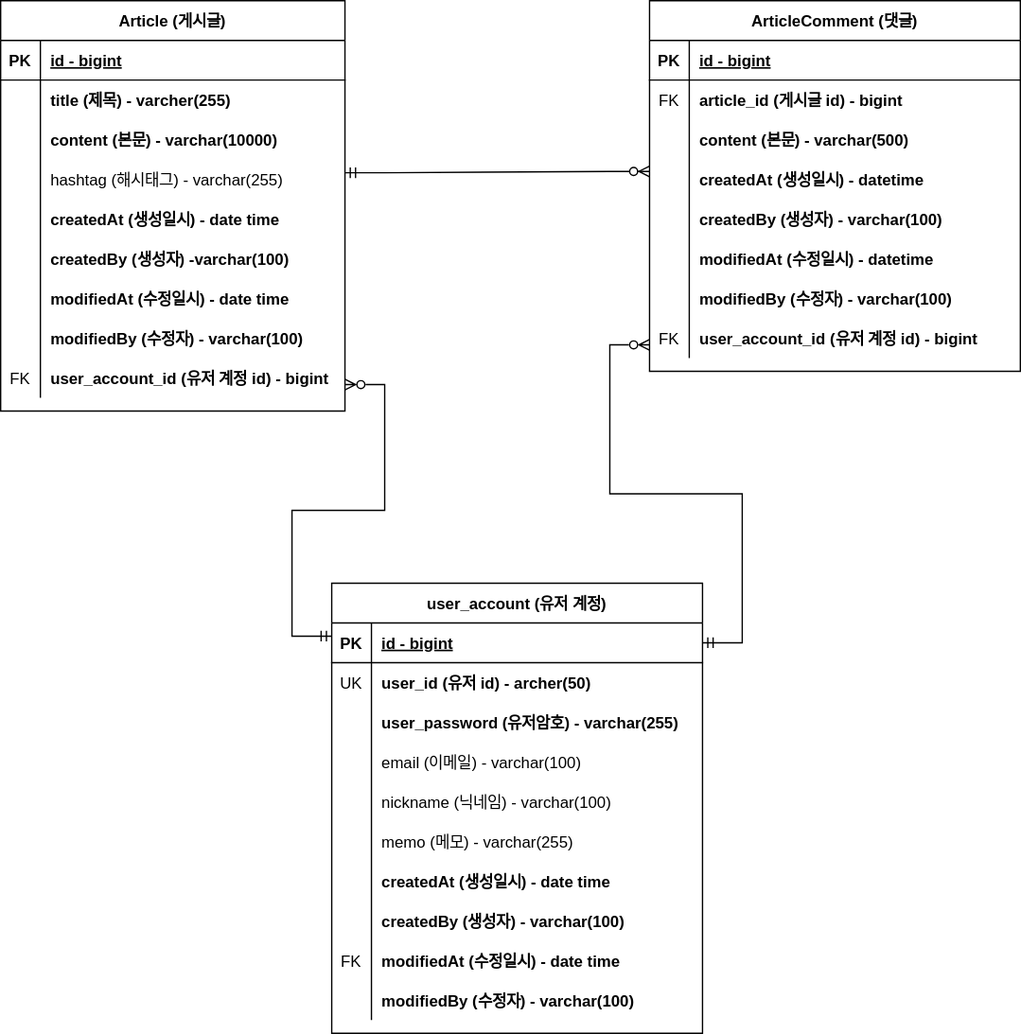
hyeon8571/board keeps this draw.io diagram as document/project-board-erd.svg. Above is the earlier version. Source tidied: cells renumbered, new cells last; positions are measured from the earlier drawing's top-left corner, leaving out a move shared by most shapes.
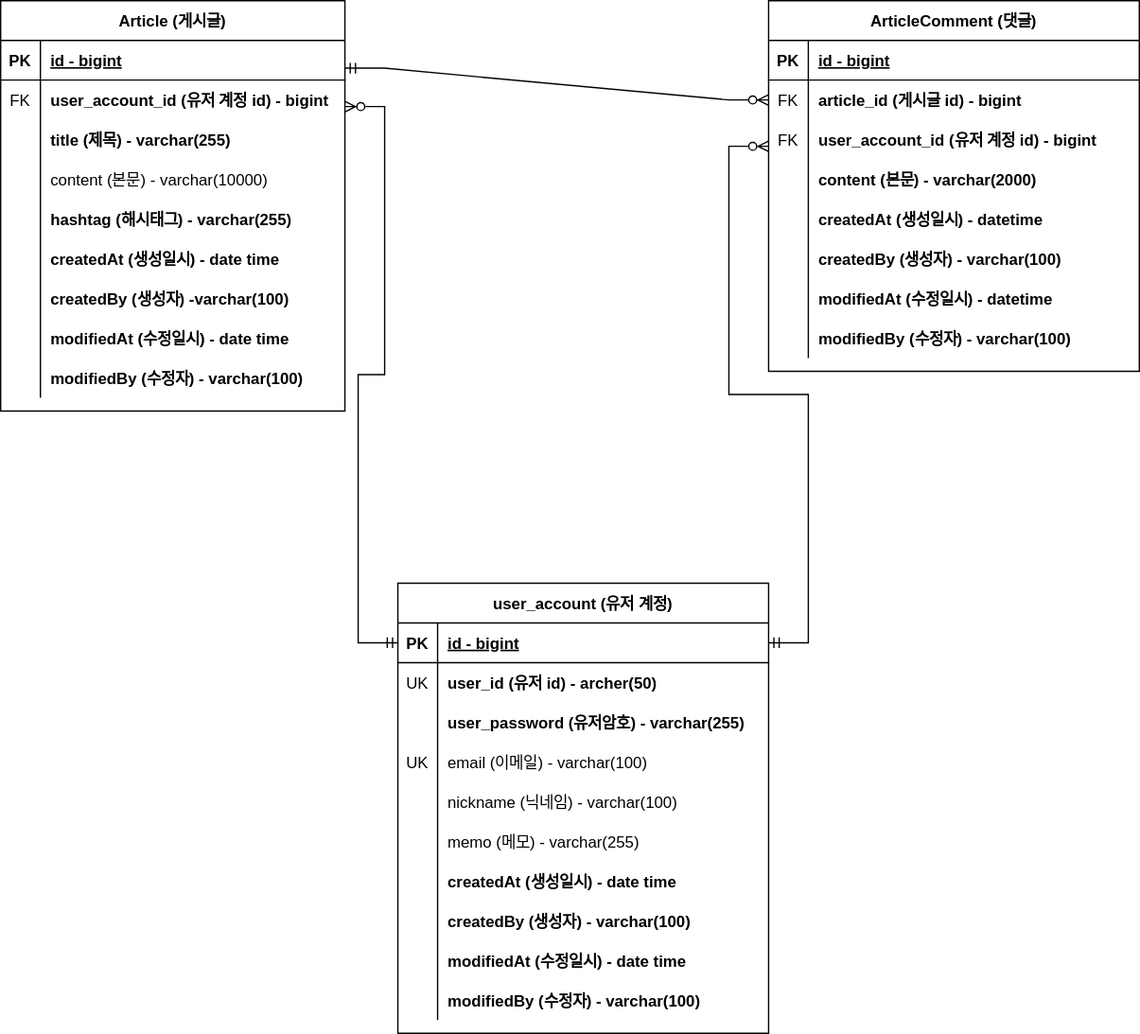
The same file after the commit.

Diff of the diagram source:
```diff
@@ -17,10 +17,10 @@
     <mxCell id="6" style="shape=partialRectangle;fillColor=none;top=0;left=0;right=0;bottom=0;" parent="2" vertex="1">
       <mxGeometry y="60" width="260" height="30" as="geometry" />
     </mxCell>
-    <mxCell id="7" style="shape=partialRectangle;overflow=hidden;fillColor=none;top=0;left=0;bottom=0;right=0;" parent="6" vertex="1">
+    <mxCell id="7" value="FK" style="shape=partialRectangle;overflow=hidden;fillColor=none;top=0;left=0;bottom=0;right=0;" parent="6" vertex="1">
       <mxGeometry width="30" height="30" as="geometry" />
     </mxCell>
-    <mxCell id="8" value="title (제목) - varcher(255)" style="shape=partialRectangle;overflow=hidden;fillColor=none;top=0;left=0;bottom=0;right=0;align=left;spacingLeft=6;fontStyle=1;" parent="6" vertex="1">
+    <mxCell id="8" value="user_account_id (유저 계정 id) - bigint" style="shape=partialRectangle;overflow=hidden;fillColor=none;top=0;left=0;bottom=0;right=0;align=left;spacingLeft=6;fontStyle=1;" parent="6" vertex="1">
       <mxGeometry x="30" width="230" height="30" as="geometry" />
     </mxCell>
     <mxCell id="9" style="shape=partialRectangle;fillColor=none;top=0;left=0;right=0;bottom=0;" parent="2" vertex="1">
@@ -29,7 +29,7 @@
     <mxCell id="10" style="shape=partialRectangle;overflow=hidden;fillColor=none;top=0;left=0;bottom=0;right=0;" parent="9" vertex="1">
       <mxGeometry width="30" height="30" as="geometry" />
     </mxCell>
-    <mxCell id="11" value="content (본문) - varchar(10000)" style="shape=partialRectangle;overflow=hidden;fillColor=none;top=0;left=0;bottom=0;right=0;align=left;spacingLeft=6;fontStyle=1;" parent="9" vertex="1">
+    <mxCell id="11" value="title (제목) - varchar(255)" style="shape=partialRectangle;overflow=hidden;fillColor=none;top=0;left=0;bottom=0;right=0;align=left;spacingLeft=6;fontStyle=1;" parent="9" vertex="1">
       <mxGeometry x="30" width="230" height="30" as="geometry" />
     </mxCell>
     <mxCell id="12" style="shape=partialRectangle;fillColor=none;top=0;left=0;right=0;bottom=0;" parent="2" vertex="1">
@@ -38,7 +38,7 @@
     <mxCell id="13" style="shape=partialRectangle;overflow=hidden;fillColor=none;top=0;left=0;bottom=0;right=0;" parent="12" vertex="1">
       <mxGeometry width="30" height="30" as="geometry" />
     </mxCell>
-    <mxCell id="14" value="hashtag (해시태그) - varchar(255)" style="shape=partialRectangle;overflow=hidden;fillColor=none;top=0;left=0;bottom=0;right=0;align=left;spacingLeft=6;" parent="12" vertex="1">
+    <mxCell id="14" value="content (본문) - varchar(10000)" style="shape=partialRectangle;overflow=hidden;fillColor=none;top=0;left=0;bottom=0;right=0;align=left;spacingLeft=6;" parent="12" vertex="1">
       <mxGeometry x="30" width="230" height="30" as="geometry" />
     </mxCell>
     <mxCell id="15" style="shape=partialRectangle;fillColor=none;top=0;left=0;right=0;bottom=0;" parent="2" vertex="1">
@@ -47,7 +47,7 @@
     <mxCell id="16" style="shape=partialRectangle;overflow=hidden;fillColor=none;top=0;left=0;bottom=0;right=0;" parent="15" vertex="1">
       <mxGeometry width="30" height="30" as="geometry" />
     </mxCell>
-    <mxCell id="17" value="createdAt (생성일시) - date time" style="shape=partialRectangle;overflow=hidden;fillColor=none;top=0;left=0;bottom=0;right=0;align=left;spacingLeft=6;fontStyle=1;" parent="15" vertex="1">
+    <mxCell id="17" value="hashtag (해시태그) - varchar(255)" style="shape=partialRectangle;overflow=hidden;fillColor=none;top=0;left=0;bottom=0;right=0;align=left;spacingLeft=6;fontStyle=1;" parent="15" vertex="1">
       <mxGeometry x="30" width="230" height="30" as="geometry" />
     </mxCell>
     <mxCell id="18" style="shape=partialRectangle;fillColor=none;top=0;left=0;right=0;bottom=0;" parent="2" vertex="1">
@@ -56,7 +56,7 @@
     <mxCell id="19" style="shape=partialRectangle;overflow=hidden;fillColor=none;top=0;left=0;bottom=0;right=0;" parent="18" vertex="1">
       <mxGeometry width="30" height="30" as="geometry" />
     </mxCell>
-    <mxCell id="20" value="createdBy (생성자) -varchar(100)" style="shape=partialRectangle;overflow=hidden;fillColor=none;top=0;left=0;bottom=0;right=0;align=left;spacingLeft=6;fontStyle=1;" parent="18" vertex="1">
+    <mxCell id="20" value="createdAt (생성일시) - date time" style="shape=partialRectangle;overflow=hidden;fillColor=none;top=0;left=0;bottom=0;right=0;align=left;spacingLeft=6;fontStyle=1;" parent="18" vertex="1">
       <mxGeometry x="30" width="230" height="30" as="geometry" />
     </mxCell>
     <mxCell id="21" style="shape=partialRectangle;fillColor=none;top=0;left=0;right=0;bottom=0;" parent="2" vertex="1">
@@ -65,7 +65,7 @@
     <mxCell id="22" style="shape=partialRectangle;overflow=hidden;fillColor=none;top=0;left=0;bottom=0;right=0;" parent="21" vertex="1">
       <mxGeometry width="30" height="30" as="geometry" />
     </mxCell>
-    <mxCell id="23" value="modifiedAt (수정일시) - date time" style="shape=partialRectangle;overflow=hidden;fillColor=none;top=0;left=0;bottom=0;right=0;align=left;spacingLeft=6;fontStyle=1;" parent="21" vertex="1">
+    <mxCell id="23" value="createdBy (생성자) -varchar(100)" style="shape=partialRectangle;overflow=hidden;fillColor=none;top=0;left=0;bottom=0;right=0;align=left;spacingLeft=6;fontStyle=1;" parent="21" vertex="1">
       <mxGeometry x="30" width="230" height="30" as="geometry" />
     </mxCell>
     <mxCell id="24" style="shape=partialRectangle;fillColor=none;top=0;left=0;right=0;bottom=0;" parent="2" vertex="1">
@@ -74,20 +74,20 @@
     <mxCell id="25" style="shape=partialRectangle;overflow=hidden;fillColor=none;top=0;left=0;bottom=0;right=0;" parent="24" vertex="1">
       <mxGeometry width="30" height="30" as="geometry" />
     </mxCell>
-    <mxCell id="26" value="modifiedBy (수정자) - varchar(100)" style="shape=partialRectangle;overflow=hidden;fillColor=none;top=0;left=0;bottom=0;right=0;align=left;spacingLeft=6;fontStyle=1;" parent="24" vertex="1">
+    <mxCell id="26" value="modifiedAt (수정일시) - date time" style="shape=partialRectangle;overflow=hidden;fillColor=none;top=0;left=0;bottom=0;right=0;align=left;spacingLeft=6;fontStyle=1;" parent="24" vertex="1">
       <mxGeometry x="30" width="230" height="30" as="geometry" />
     </mxCell>
     <mxCell id="27" style="shape=partialRectangle;fillColor=none;top=0;left=0;right=0;bottom=0;" parent="2" vertex="1">
       <mxGeometry y="270" width="260" height="30" as="geometry" />
     </mxCell>
-    <mxCell id="28" value="FK" style="shape=partialRectangle;overflow=hidden;fillColor=none;top=0;left=0;bottom=0;right=0;" parent="27" vertex="1">
+    <mxCell id="28" style="shape=partialRectangle;overflow=hidden;fillColor=none;top=0;left=0;bottom=0;right=0;" parent="27" vertex="1">
       <mxGeometry width="30" height="30" as="geometry" />
     </mxCell>
-    <mxCell id="29" value="user_account_id (유저 계정 id) - bigint" style="shape=partialRectangle;overflow=hidden;fillColor=none;top=0;left=0;bottom=0;right=0;align=left;spacingLeft=6;fontStyle=1;" parent="27" vertex="1">
+    <mxCell id="29" value="modifiedBy (수정자) - varchar(100)" style="shape=partialRectangle;overflow=hidden;fillColor=none;top=0;left=0;bottom=0;right=0;align=left;spacingLeft=6;fontStyle=1;" parent="27" vertex="1">
       <mxGeometry x="30" width="230" height="30" as="geometry" />
     </mxCell>
     <mxCell id="30" value="ArticleComment (댓글)" style="shape=table;startSize=30;rowLines=0;fontStyle=1;align=center;" parent="1" vertex="1">
-      <mxGeometry x="490" width="280" height="280" as="geometry" />
+      <mxGeometry x="580" width="280" height="280" as="geometry" />
     </mxCell>
     <mxCell id="31" style="shape=partialRectangle;fillColor=none;top=0;left=0;right=0;bottom=1;" parent="30" vertex="1">
       <mxGeometry y="30" width="280" height="30" as="geometry" />
@@ -110,10 +110,10 @@
     <mxCell id="37" style="shape=partialRectangle;fillColor=none;top=0;left=0;right=0;bottom=0;" parent="30" vertex="1">
       <mxGeometry y="90" width="280" height="30" as="geometry" />
     </mxCell>
-    <mxCell id="38" style="shape=partialRectangle;overflow=hidden;fillColor=none;top=0;left=0;bottom=0;right=0;" parent="37" vertex="1">
+    <mxCell id="38" value="FK" style="shape=partialRectangle;overflow=hidden;fillColor=none;top=0;left=0;bottom=0;right=0;" parent="37" vertex="1">
       <mxGeometry width="30" height="30" as="geometry" />
     </mxCell>
-    <mxCell id="39" value="content (본문) - varchar(500)" style="shape=partialRectangle;overflow=hidden;fillColor=none;top=0;left=0;bottom=0;right=0;align=left;spacingLeft=6;fontStyle=1;" parent="37" vertex="1">
+    <mxCell id="39" value="user_account_id (유저 계정 id) - bigint" style="shape=partialRectangle;overflow=hidden;fillColor=none;top=0;left=0;bottom=0;right=0;align=left;spacingLeft=6;fontStyle=1;" parent="37" vertex="1">
       <mxGeometry x="30" width="250" height="30" as="geometry" />
     </mxCell>
     <mxCell id="40" style="shape=partialRectangle;fillColor=none;top=0;left=0;right=0;bottom=0;" parent="30" vertex="1">
@@ -122,7 +122,7 @@
     <mxCell id="41" style="shape=partialRectangle;overflow=hidden;fillColor=none;top=0;left=0;bottom=0;right=0;" parent="40" vertex="1">
       <mxGeometry width="30" height="30" as="geometry" />
     </mxCell>
-    <mxCell id="42" value="createdAt (생성일시) - datetime" style="shape=partialRectangle;overflow=hidden;fillColor=none;top=0;left=0;bottom=0;right=0;align=left;spacingLeft=6;fontStyle=1;" parent="40" vertex="1">
+    <mxCell id="42" value="content (본문) - varchar(2000)" style="shape=partialRectangle;overflow=hidden;fillColor=none;top=0;left=0;bottom=0;right=0;align=left;spacingLeft=6;fontStyle=1;" parent="40" vertex="1">
       <mxGeometry x="30" width="250" height="30" as="geometry" />
     </mxCell>
     <mxCell id="43" style="shape=partialRectangle;fillColor=none;top=0;left=0;right=0;bottom=0;" parent="30" vertex="1">
@@ -131,7 +131,7 @@
     <mxCell id="44" style="shape=partialRectangle;overflow=hidden;fillColor=none;top=0;left=0;bottom=0;right=0;" parent="43" vertex="1">
       <mxGeometry width="30" height="30" as="geometry" />
     </mxCell>
-    <mxCell id="45" value="createdBy (생성자) - varchar(100)" style="shape=partialRectangle;overflow=hidden;fillColor=none;top=0;left=0;bottom=0;right=0;align=left;spacingLeft=6;fontStyle=1;" parent="43" vertex="1">
+    <mxCell id="45" value="createdAt (생성일시) - datetime" style="shape=partialRectangle;overflow=hidden;fillColor=none;top=0;left=0;bottom=0;right=0;align=left;spacingLeft=6;fontStyle=1;" parent="43" vertex="1">
       <mxGeometry x="30" width="250" height="30" as="geometry" />
     </mxCell>
     <mxCell id="46" style="shape=partialRectangle;fillColor=none;top=0;left=0;right=0;bottom=0;" parent="30" vertex="1">
@@ -140,7 +140,7 @@
     <mxCell id="47" style="shape=partialRectangle;overflow=hidden;fillColor=none;top=0;left=0;bottom=0;right=0;" parent="46" vertex="1">
       <mxGeometry width="30" height="30" as="geometry" />
     </mxCell>
-    <mxCell id="48" value="modifiedAt (수정일시) - datetime" style="shape=partialRectangle;overflow=hidden;fillColor=none;top=0;left=0;bottom=0;right=0;align=left;spacingLeft=6;fontStyle=1;" parent="46" vertex="1">
+    <mxCell id="48" value="createdBy (생성자) - varchar(100)" style="shape=partialRectangle;overflow=hidden;fillColor=none;top=0;left=0;bottom=0;right=0;align=left;spacingLeft=6;fontStyle=1;" parent="46" vertex="1">
       <mxGeometry x="30" width="250" height="30" as="geometry" />
     </mxCell>
     <mxCell id="49" style="shape=partialRectangle;fillColor=none;top=0;left=0;right=0;bottom=0;" parent="30" vertex="1">
@@ -149,29 +149,28 @@
     <mxCell id="50" style="shape=partialRectangle;overflow=hidden;fillColor=none;top=0;left=0;bottom=0;right=0;" parent="49" vertex="1">
       <mxGeometry width="30" height="30" as="geometry" />
     </mxCell>
-    <mxCell id="51" value="modifiedBy (수정자) - varchar(100)" style="shape=partialRectangle;overflow=hidden;fillColor=none;top=0;left=0;bottom=0;right=0;align=left;spacingLeft=6;fontStyle=1;" parent="49" vertex="1">
+    <mxCell id="51" value="modifiedAt (수정일시) - datetime" style="shape=partialRectangle;overflow=hidden;fillColor=none;top=0;left=0;bottom=0;right=0;align=left;spacingLeft=6;fontStyle=1;" parent="49" vertex="1">
       <mxGeometry x="30" width="250" height="30" as="geometry" />
     </mxCell>
     <mxCell id="52" style="shape=partialRectangle;fillColor=none;top=0;left=0;right=0;bottom=0;" parent="30" vertex="1">
       <mxGeometry y="240" width="280" height="30" as="geometry" />
     </mxCell>
-    <mxCell id="53" value="FK" style="shape=partialRectangle;overflow=hidden;fillColor=none;top=0;left=0;bottom=0;right=0;" parent="52" vertex="1">
+    <mxCell id="53" style="shape=partialRectangle;overflow=hidden;fillColor=none;top=0;left=0;bottom=0;right=0;" parent="52" vertex="1">
       <mxGeometry width="30" height="30" as="geometry" />
     </mxCell>
-    <mxCell id="54" value="user_account_id (유저 계정 id) - bigint" style="shape=partialRectangle;overflow=hidden;fillColor=none;top=0;left=0;bottom=0;right=0;align=left;spacingLeft=6;fontStyle=1;" parent="52" vertex="1">
+    <mxCell id="54" value="modifiedBy (수정자) - varchar(100)" style="shape=partialRectangle;overflow=hidden;fillColor=none;top=0;left=0;bottom=0;right=0;align=left;spacingLeft=6;fontStyle=1;" parent="52" vertex="1">
       <mxGeometry x="30" width="250" height="30" as="geometry" />
     </mxCell>
-    <mxCell id="55" style="edgeStyle=entityRelationEdgeStyle;fontSize=12;html=1;endArrow=ERzeroToMany;startArrow=ERmandOne;rounded=0;" parent="1" edge="1">
+    <mxCell id="55" style="edgeStyle=entityRelationEdgeStyle;fontSize=12;html=1;endArrow=ERzeroToMany;startArrow=ERmandOne;rounded=0;entryX=0;entryY=0.5;entryDx=0;entryDy=0;" parent="1" edge="1" target="34">
       <mxGeometry relative="1" as="geometry">
-        <mxPoint x="260" y="130" as="sourcePoint" />
-        <mxPoint x="490" y="129" as="targetPoint" />
+        <mxPoint x="260" y="51" as="sourcePoint" />
         <Array as="points">
-          <mxPoint x="490" y="129" />
+          <mxPoint x="490" y="50" />
         </Array>
       </mxGeometry>
     </mxCell>
     <mxCell id="56" value="user_account (유저 계정)" style="shape=table;startSize=30;rowLines=0;fontStyle=1;align=center;" parent="1" vertex="1">
-      <mxGeometry x="250" y="440" width="280" height="340" as="geometry" />
+      <mxGeometry x="300" y="440" width="280" height="340" as="geometry" />
     </mxCell>
     <mxCell id="57" style="shape=partialRectangle;fillColor=none;points=[[0,0.5],[1,0.5]];portConstraint=eastwest;top=0;left=0;right=0;bottom=1;" parent="56" vertex="1">
       <mxGeometry y="30" width="280" height="30" as="geometry" />
@@ -203,7 +202,7 @@
     <mxCell id="66" style="shape=partialRectangle;fillColor=none;top=0;left=0;right=0;bottom=0;" parent="56" vertex="1">
       <mxGeometry y="120" width="280" height="30" as="geometry" />
     </mxCell>
-    <mxCell id="67" style="shape=partialRectangle;overflow=hidden;fillColor=none;top=0;left=0;bottom=0;right=0;" parent="66" vertex="1">
+    <mxCell id="67" value="UK" style="shape=partialRectangle;overflow=hidden;fillColor=none;top=0;left=0;bottom=0;right=0;" parent="66" vertex="1">
       <mxGeometry width="30" height="30" as="geometry" />
     </mxCell>
     <mxCell id="68" value="email (이메일) - varchar(100)" style="shape=partialRectangle;overflow=hidden;fillColor=none;top=0;left=0;bottom=0;right=0;align=left;spacingLeft=6;" parent="66" vertex="1">
@@ -248,7 +247,7 @@
     <mxCell id="81" style="shape=partialRectangle;fillColor=none;top=0;left=0;right=0;bottom=0;" parent="56" vertex="1">
       <mxGeometry y="270" width="280" height="30" as="geometry" />
     </mxCell>
-    <mxCell id="82" value="FK" style="shape=partialRectangle;overflow=hidden;fillColor=none;top=0;left=0;bottom=0;right=0;" parent="81" vertex="1">
+    <mxCell id="82" style="shape=partialRectangle;overflow=hidden;fillColor=none;top=0;left=0;bottom=0;right=0;" parent="81" vertex="1">
       <mxGeometry width="30" height="30" as="geometry" />
     </mxCell>
     <mxCell id="83" value="modifiedAt (수정일시) - date time" style="shape=partialRectangle;overflow=hidden;fillColor=none;top=0;left=0;bottom=0;right=0;align=left;spacingLeft=6;fontStyle=1;" parent="81" vertex="1">
@@ -263,21 +262,24 @@
     <mxCell id="86" value="modifiedBy (수정자) - varchar(100)" style="shape=partialRectangle;overflow=hidden;fillColor=none;top=0;left=0;bottom=0;right=0;align=left;spacingLeft=6;fontStyle=1;" parent="84" vertex="1">
       <mxGeometry x="30" width="250" height="30" as="geometry" />
     </mxCell>
-    <mxCell id="87" style="edgeStyle=entityRelationEdgeStyle;fontSize=12;html=1;endArrow=ERmandOne;startArrow=ERzeroToMany;rounded=0;entryX=0;entryY=0.5;entryDx=0;entryDy=0;exitX=1;exitY=0.5;exitDx=0;exitDy=0;startFill=0;endFill=0;" parent="1" edge="1">
+    <mxCell id="87" style="edgeStyle=entityRelationEdgeStyle;fontSize=12;html=1;endArrow=ERmandOne;startArrow=ERzeroToMany;rounded=0;startFill=0;endFill=0;exitX=1;exitY=0.5;exitDx=0;exitDy=0;entryX=0;entryY=0.5;entryDx=0;entryDy=0;" parent="1" edge="1" target="57">
       <mxGeometry relative="1" as="geometry">
-        <mxPoint x="260" y="290" as="sourcePoint" />
-        <mxPoint x="250" y="480" as="targetPoint" />
+        <mxPoint x="260" y="80" as="sourcePoint" />
         <Array as="points">
-          <mxPoint x="200" y="435" />
+          <mxPoint x="290" y="75" />
+          <mxPoint x="230" y="190" />
+          <mxPoint x="200" y="440" />
+          <mxPoint x="300" y="315" />
+          <mxPoint x="310" y="385" />
         </Array>
       </mxGeometry>
     </mxCell>
-    <mxCell id="88" style="edgeStyle=entityRelationEdgeStyle;fontSize=12;html=1;endArrow=ERzeroToMany;startArrow=ERmandOne;rounded=0;entryX=0;entryY=0.5;entryDx=0;entryDy=0;exitX=1;exitY=0.5;exitDx=0;exitDy=0;startFill=0;endFill=0;" parent="1" edge="1" source="57">
+    <mxCell id="88" style="edgeStyle=entityRelationEdgeStyle;fontSize=12;html=1;endArrow=ERzeroToMany;startArrow=ERmandOne;rounded=0;exitX=1;exitY=0.5;exitDx=0;exitDy=0;startFill=0;endFill=0;entryX=-0.021;entryY=0.5;entryDx=0;entryDy=0;entryPerimeter=0;" parent="1" edge="1" source="57">
       <mxGeometry relative="1" as="geometry">
-        <mxPoint x="490" y="260" as="targetPoint" />
+        <mxPoint x="580" y="110" as="targetPoint" />
         <Array as="points">
-          <mxPoint x="430" y="405" />
-          <mxPoint x="590" y="400" />
+          <mxPoint x="435.9" y="410" />
+          <mxPoint x="595.9" y="405" />
         </Array>
       </mxGeometry>
     </mxCell>
```
